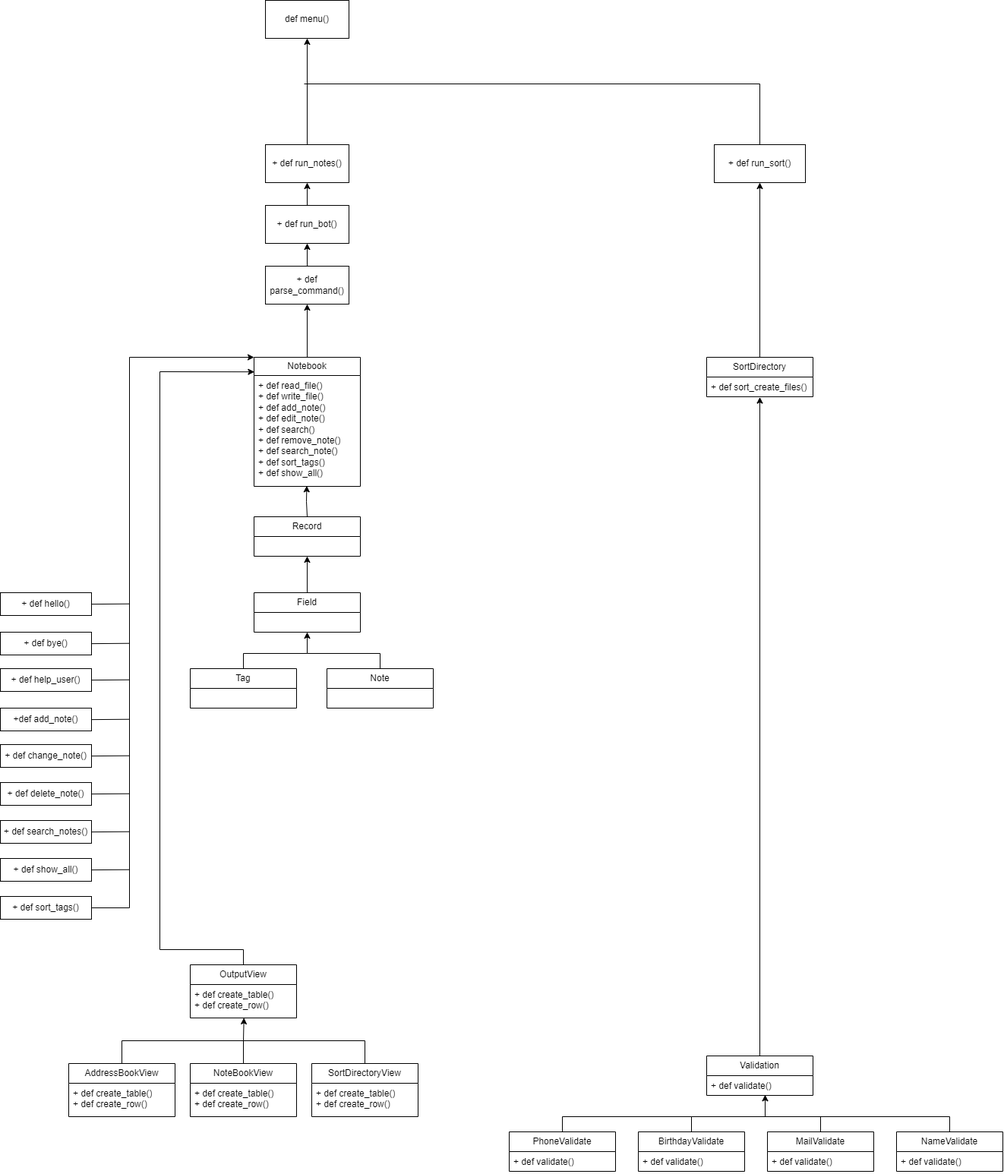
The draw.io diagram Untitled Diagram.drawio.png in dragomar14/WEB-HW-01, before a commit. Source tidied: cells renumbered, new cells last; positions are measured from the earlier drawing's top-left corner, leaving out a move shared by most shapes.
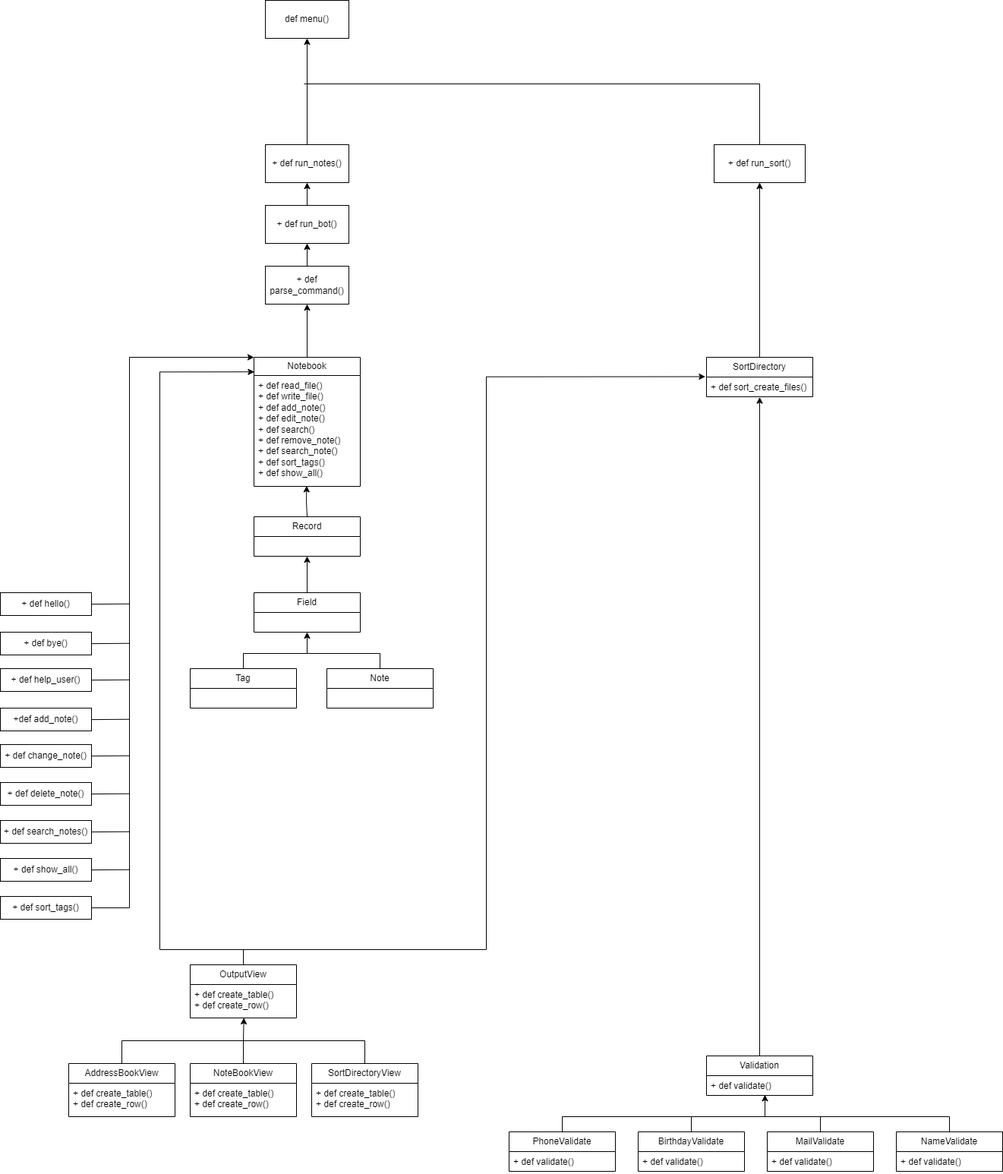
After the commit.

Change to the diagram source:
```diff
@@ -164,6 +164,15 @@
         </Array>
       </mxGeometry>
     </mxCell>
+    <mxCell id="70" style="edgeStyle=orthogonalEdgeStyle;rounded=0;jettySize=auto;html=1;exitX=0.5;exitY=0;exitDx=0;exitDy=0;entryX=-0.012;entryY=-0.019;entryDx=0;entryDy=0;entryPerimeter=0;" parent="1" edge="1" source="39" target="64">
+      <mxGeometry relative="1" as="geometry">
+        <Array as="points">
+          <mxPoint x="320" y="1250" />
+          <mxPoint x="640" y="1250" />
+          <mxPoint x="640" y="496" />
+        </Array>
+      </mxGeometry>
+    </mxCell>
     <mxCell id="39" value="OutputView" style="swimlane;fontStyle=0;horizontal=1;startSize=26;fillColor=none;whiteSpace=wrap;html=1;" parent="1" vertex="1">
       <mxGeometry x="250" y="1270" width="140" height="70" as="geometry" />
     </mxCell>
```
